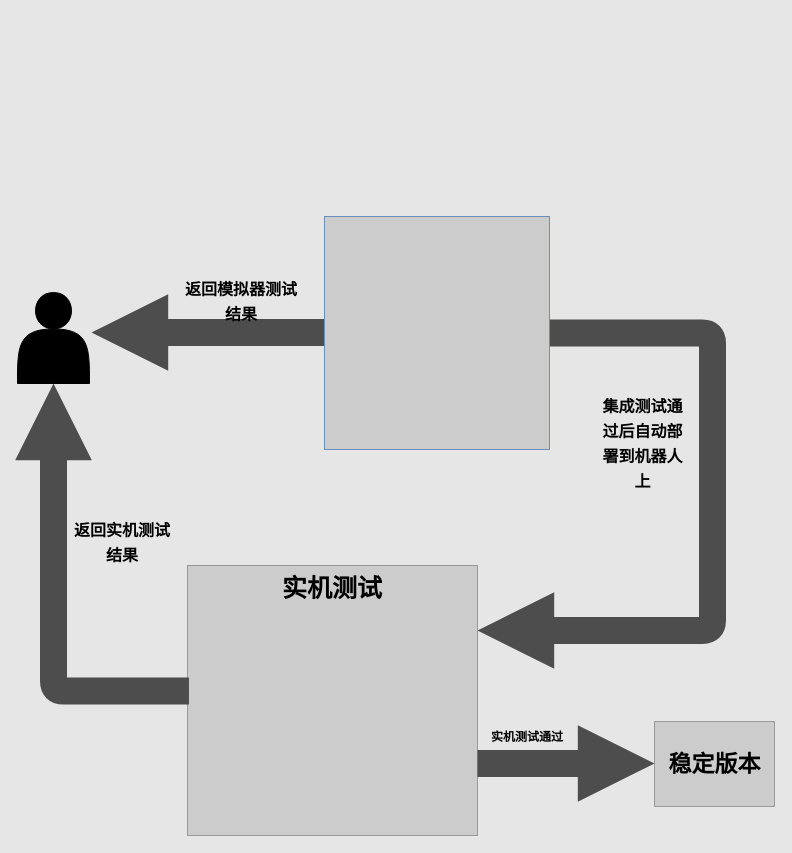
Before: Untitled Diagram.drawio in BruceLannn/MyBlog, a draw.io diagram. Source tidied: cells renumbered, new cells numbered last; positions are measured from the earlier drawing's top-left corner, leaving out a move shared by most shapes. Both pictures are drawn from the tidied source at 100%, with x=0, y=0 at pixel (17, 216).
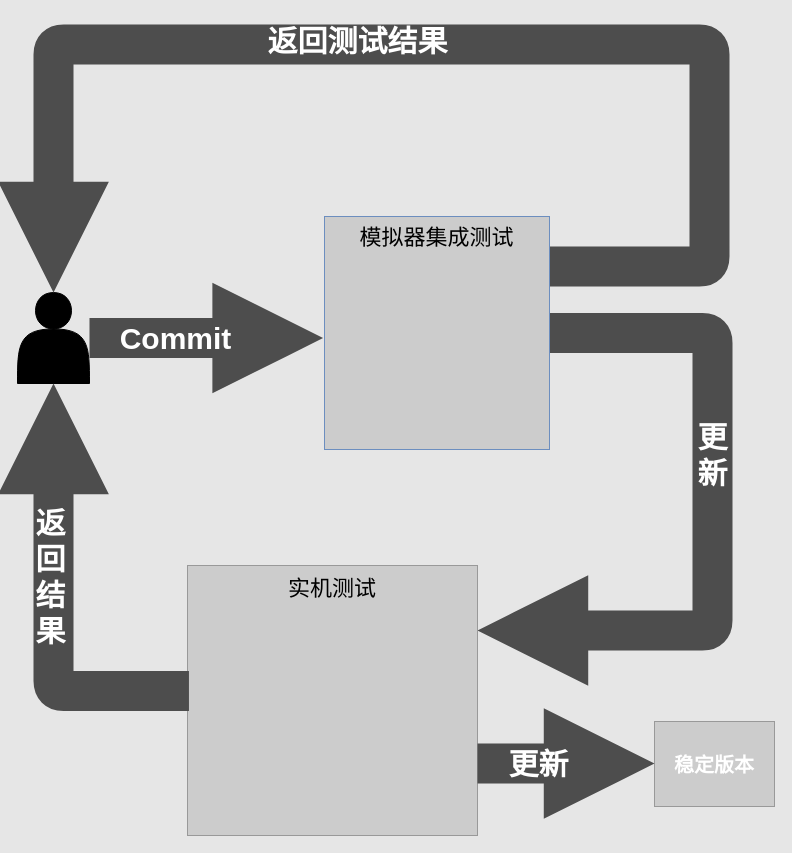
The same diagram, later.

Commit message:
更新箭头粗细以及字体颜色

Unchanged cells that the change refers to:
```xml
<mxCell id="2" style="shape=actor;whiteSpace=wrap;html=1;fillColor=#000000;" parent="1" vertex="1">
  <mxGeometry y="76" width="72" height="91" as="geometry" />
</mxCell>
<mxCell id="5" value="&lt;b&gt;&lt;br&gt;&lt;/b&gt;" style="whiteSpace=wrap;html=1;strokeColor=#999999;fillColor=#CCCCCC;" parent="1" vertex="1">
  <mxGeometry x="170" y="349" width="290" height="270" as="geometry" />
</mxCell>
<mxCell id="14" style="whiteSpace=wrap;html=1;strokeColor=#6c8ebf;fillColor=#CCCCCC;" parent="1" vertex="1">
  <mxGeometry x="307" width="225" height="233" as="geometry" />
</mxCell>
```

What changed in the source:
```diff
@@
+    <mxCell id="16" style="edgeStyle=orthogonalEdgeStyle;rounded=1;jettySize=auto;html=1;endArrow=block;endFill=1;strokeColor=#4D4D4D;strokeWidth=40;fontFamily=Helvetica;fontSize=30;fontColor=#FFFFFF;" parent="1" edge="1" source="2">
+      <mxGeometry relative="1" as="geometry">
+        <mxPoint x="305.6" y="121.5" as="targetPoint" />
+      </mxGeometry>
+    </mxCell>
+    <mxCell id="17" value="Commit" style="edgeLabel;html=1;align=center;verticalAlign=middle;fontSize=30;fontFamily=Helvetica;fontColor=#FFFFFF;labelBackgroundColor=none;fontStyle=1;" parent="16" vertex="1">
+      <mxGeometry x="-0.24" y="6" relative="1" as="geometry">
+        <mxPoint x="-3.2" y="6" as="offset" />
+      </mxGeometry>
+    </mxCell>
@@
-    <mxCell id="3" style="edgeStyle=orthogonalEdgeStyle;rounded=1;jettySize=auto;html=1;endArrow=block;endFill=1;strokeColor=#4D4D4D;strokeWidth=27;" parent="1" edge="1" source="14" target="5">
+    <mxCell id="3" style="edgeStyle=orthogonalEdgeStyle;rounded=1;jettySize=auto;html=1;endArrow=block;endFill=1;strokeColor=#4D4D4D;strokeWidth=40;" parent="1" edge="1" source="14" target="5">
       <mxGeometry relative="1" as="geometry">
         <Array as="points">
           <mxPoint x="695" y="116" />
           <mxPoint x="695" y="414" />
         </Array>
       </mxGeometry>
     </mxCell>
-    <mxCell id="4" style="edgeStyle=orthogonalEdgeStyle;rounded=1;jettySize=auto;html=1;endArrow=block;endFill=1;strokeColor=#4D4D4D;strokeWidth=27;" parent="1" edge="1" source="14">
-      <mxGeometry relative="1" as="geometry">
-        <mxPoint x="74" y="116" as="targetPoint" />
-      </mxGeometry>
-    </mxCell>
+    <mxCell id="18" value="&lt;b style=&quot;font-size: 30px&quot;&gt;&lt;font color=&quot;#ffffff&quot; style=&quot;font-size: 30px&quot;&gt;更&lt;br&gt;新&lt;/font&gt;&lt;/b&gt;" style="edgeLabel;html=1;align=center;verticalAlign=middle;labelBackgroundColor=none;fontFamily=Helvetica;" parent="3" vertex="1">
+      <mxGeometry x="-0.18" y="-1" relative="1" as="geometry" />
+    </mxCell>
@@
-    <mxCell id="6" value="&lt;p style=&quot;line-height: 200%&quot;&gt;&lt;font style=&quot;font-size: 16px&quot;&gt;返回模拟器测试结果&lt;/font&gt;&lt;/p&gt;" style="text;html=1;strokeColor=none;fillColor=none;align=center;verticalAlign=middle;whiteSpace=wrap;rounded=0;fontStyle=1;" parent="1" vertex="1">
-      <mxGeometry x="164" y="76" width="120" height="20" as="geometry" />
-    </mxCell>
-    <mxCell id="7" value="&lt;p style=&quot;line-height: 200%&quot;&gt;&lt;font style=&quot;font-size: 16px&quot;&gt;返回实机测试结果&lt;/font&gt;&lt;/p&gt;" style="text;html=1;strokeColor=none;fillColor=none;align=center;verticalAlign=middle;whiteSpace=wrap;rounded=0;fontStyle=1;" parent="1" vertex="1">
-      <mxGeometry x="55" y="317" width="100" height="20" as="geometry" />
-    </mxCell>
-    <mxCell id="8" value="&lt;p style=&quot;line-height: 200%&quot;&gt;实机测试通过&lt;/p&gt;" style="text;html=1;strokeColor=none;fillColor=none;align=center;verticalAlign=middle;whiteSpace=wrap;rounded=0;fontStyle=1;" parent="1" vertex="1">
-      <mxGeometry x="465" y="510" width="90" height="20" as="geometry" />
-    </mxCell>
-    <mxCell id="9" value="&lt;b style=&quot;line-height: 200%&quot;&gt;&lt;font style=&quot;font-size: 25px&quot;&gt;实机测试&lt;/font&gt;&lt;/b&gt;" style="text;html=1;strokeColor=none;fillColor=none;align=center;verticalAlign=middle;whiteSpace=wrap;rounded=0;sketch=0;" parent="1" vertex="1">
+    <mxCell id="9" value="&lt;span style=&quot;line-height: 200%&quot;&gt;&lt;font style=&quot;font-size: 22px&quot;&gt;实机测试&lt;/font&gt;&lt;/span&gt;" style="text;html=1;strokeColor=none;fillColor=none;align=center;verticalAlign=middle;whiteSpace=wrap;rounded=0;sketch=0;" parent="1" vertex="1">
       <mxGeometry x="262" y="349" width="106" height="50" as="geometry" />
     </mxCell>
-    <mxCell id="10" style="rounded=0;whiteSpace=wrap;html=1;strokeColor=#999999;fillColor=#CCCCCC;" parent="1" vertex="1">
+    <mxCell id="10" value="&lt;font color=&quot;#ffffff&quot; size=&quot;1&quot;&gt;&lt;b style=&quot;font-size: 20px&quot;&gt;稳定版本&lt;/b&gt;&lt;/font&gt;" style="rounded=0;whiteSpace=wrap;html=1;strokeColor=#999999;fillColor=#CCCCCC;" parent="1" vertex="1">
       <mxGeometry x="637" y="505" width="120" height="85" as="geometry" />
     </mxCell>
-    <mxCell id="11" style="edgeStyle=segmentEdgeStyle;endArrow=block;html=1;strokeWidth=27;strokeColor=#4D4D4D;exitX=0.005;exitY=0.465;exitDx=0;exitDy=0;exitPerimeter=0;entryX=0.5;entryY=1;entryDx=0;entryDy=0;endFill=1;" parent="1" edge="1" source="5" target="2">
+    <mxCell id="11" style="edgeStyle=segmentEdgeStyle;endArrow=block;html=1;strokeWidth=40;strokeColor=#4D4D4D;exitX=0.005;exitY=0.465;exitDx=0;exitDy=0;exitPerimeter=0;entryX=0.5;entryY=1;entryDx=0;entryDy=0;endFill=1;" parent="1" edge="1" source="5" target="2">
       <mxGeometry relative="1" as="geometry" />
     </mxCell>
+    <mxCell id="19" value="&lt;b&gt;&lt;font style=&quot;font-size: 30px&quot;&gt;返&lt;br&gt;回&lt;br&gt;结&lt;br&gt;果&lt;/font&gt;&lt;/b&gt;" style="edgeLabel;html=1;align=center;verticalAlign=middle;fontSize=30;fontFamily=Helvetica;fontColor=#FFFFFF;labelBackgroundColor=none;" parent="11" vertex="1">
+      <mxGeometry x="0.13" y="3" relative="1" as="geometry">
+        <mxPoint x="-1" y="0.6" as="offset" />
+      </mxGeometry>
+    </mxCell>
-    <mxCell id="12" style="edgeStyle=segmentEdgeStyle;endArrow=block;html=1;strokeWidth=27;strokeColor=#4D4D4D;endFill=1;" parent="1" edge="1" target="10">
+    <mxCell id="12" style="edgeStyle=segmentEdgeStyle;endArrow=block;html=1;strokeWidth=40;strokeColor=#4D4D4D;endFill=1;" parent="1" edge="1" target="10">
       <mxGeometry relative="1" as="geometry">
         <mxPoint x="460" y="547" as="sourcePoint" />
       </mxGeometry>
     </mxCell>
-    <mxCell id="13" value="&lt;b style=&quot;line-height: 200%&quot;&gt;&lt;font style=&quot;font-size: 16px&quot;&gt;集成测试通过后自动部署到机器人上&lt;/font&gt;&lt;/b&gt;" style="text;html=1;strokeColor=none;fillColor=none;align=center;verticalAlign=middle;whiteSpace=wrap;rounded=0;" parent="1" vertex="1">
-      <mxGeometry x="577" y="218" width="97" height="20" as="geometry" />
-    </mxCell>
+    <mxCell id="20" value="&lt;font style=&quot;font-size: 30px;&quot;&gt;更新&lt;/font&gt;" style="edgeLabel;html=1;align=center;verticalAlign=middle;fontColor=#FFFFFF;labelBackgroundColor=none;fontSize=30;fontStyle=1;" parent="12" vertex="1">
+      <mxGeometry x="-0.17" y="1" relative="1" as="geometry">
+        <mxPoint x="-12.1" y="1.5" as="offset" />
+      </mxGeometry>
+    </mxCell>
+    <mxCell id="21" style="edgeStyle=orthogonalEdgeStyle;rounded=1;jettySize=auto;html=1;endArrow=block;endFill=1;strokeColor=#4D4D4D;strokeWidth=40;fontFamily=Helvetica;fontSize=30;fontColor=#FFFFFF;entryX=0.5;entryY=0;entryDx=0;entryDy=0;" parent="1" edge="1" source="14" target="2">
+      <mxGeometry relative="1" as="geometry">
+        <Array as="points">
+          <mxPoint x="692" y="50" />
+          <mxPoint x="692" y="-172" />
+          <mxPoint x="36" y="-172" />
+        </Array>
+      </mxGeometry>
+    </mxCell>
+    <mxCell id="22" value="返回测试结果" style="edgeLabel;html=1;align=center;verticalAlign=middle;fontSize=30;fontFamily=Helvetica;fontColor=#FFFFFF;labelBackgroundColor=none;fontStyle=1;" parent="21" vertex="1">
+      <mxGeometry x="0.24" y="7" relative="1" as="geometry">
+        <mxPoint x="62.5" y="-10.1" as="offset" />
+      </mxGeometry>
+    </mxCell>
@@
-    <mxCell id="15" value="&lt;b&gt;&lt;font style=&quot;font-size: 23px ; background-color: rgb(204 , 204 , 204) ; line-height: 100%&quot;&gt;稳定版本&lt;/font&gt;&lt;/b&gt;" style="text;html=1;strokeColor=none;fillColor=none;align=center;verticalAlign=middle;whiteSpace=wrap;rounded=0;labelBackgroundColor=#E6E6E6;" parent="1" vertex="1">
-      <mxGeometry x="647.5" y="524" width="99" height="47" as="geometry" />
-    </mxCell>
+    <mxCell id="23" value="&lt;font color=&quot;#000000&quot; style=&quot;font-size: 22px&quot;&gt;模拟器集成测试&lt;/font&gt;" style="text;html=1;strokeColor=none;fillColor=none;align=center;verticalAlign=middle;whiteSpace=wrap;rounded=0;labelBackgroundColor=none;fontFamily=Helvetica;fontSize=30;fontColor=#FFFFFF;" parent="1" vertex="1">
+      <mxGeometry x="303.2" y="8" width="232.5" height="20" as="geometry" />
+    </mxCell>
```
